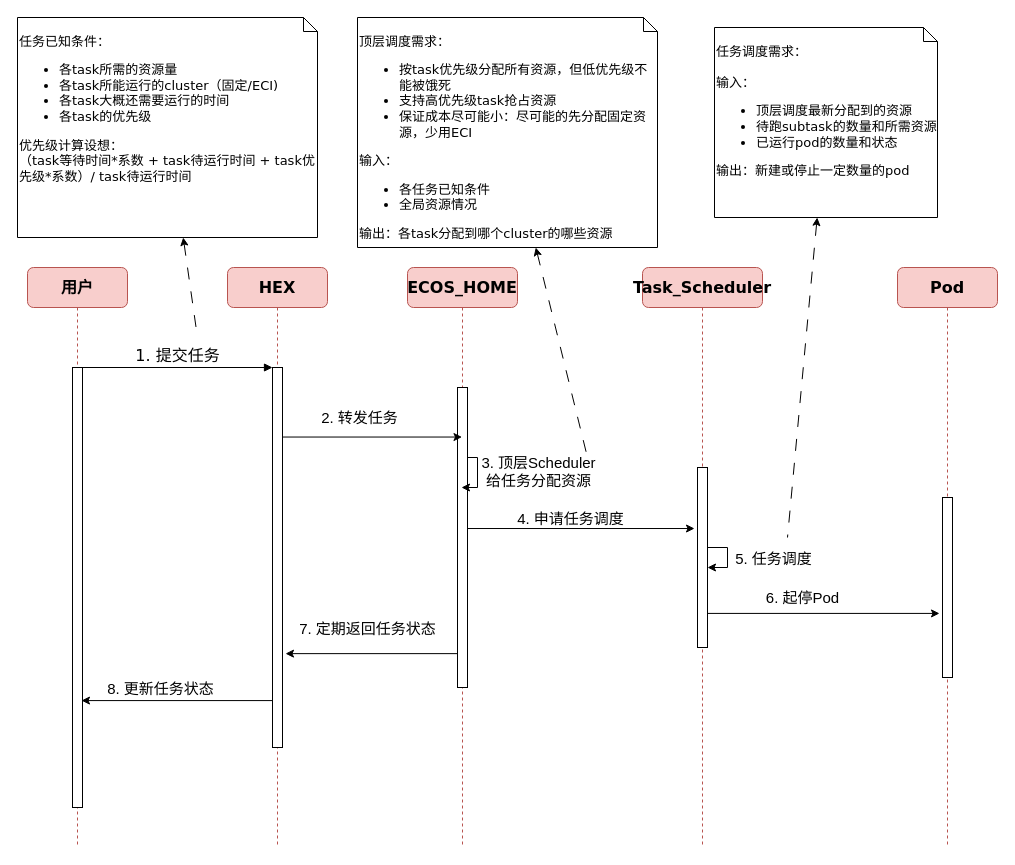
The draw.io diagram page "第 3 页" (3 of 3) of drawio/TuSimple.drawio in a244591052/Skill-Learning, before the edit. Source tidied: cells renumbered, new cells numbered last; positions are measured from the earlier drawing's top-left corner, leaving out a move shared by most shapes. Both pictures are drawn from the tidied source at 100%, with x=0, y=0 at pixel (17, 17).
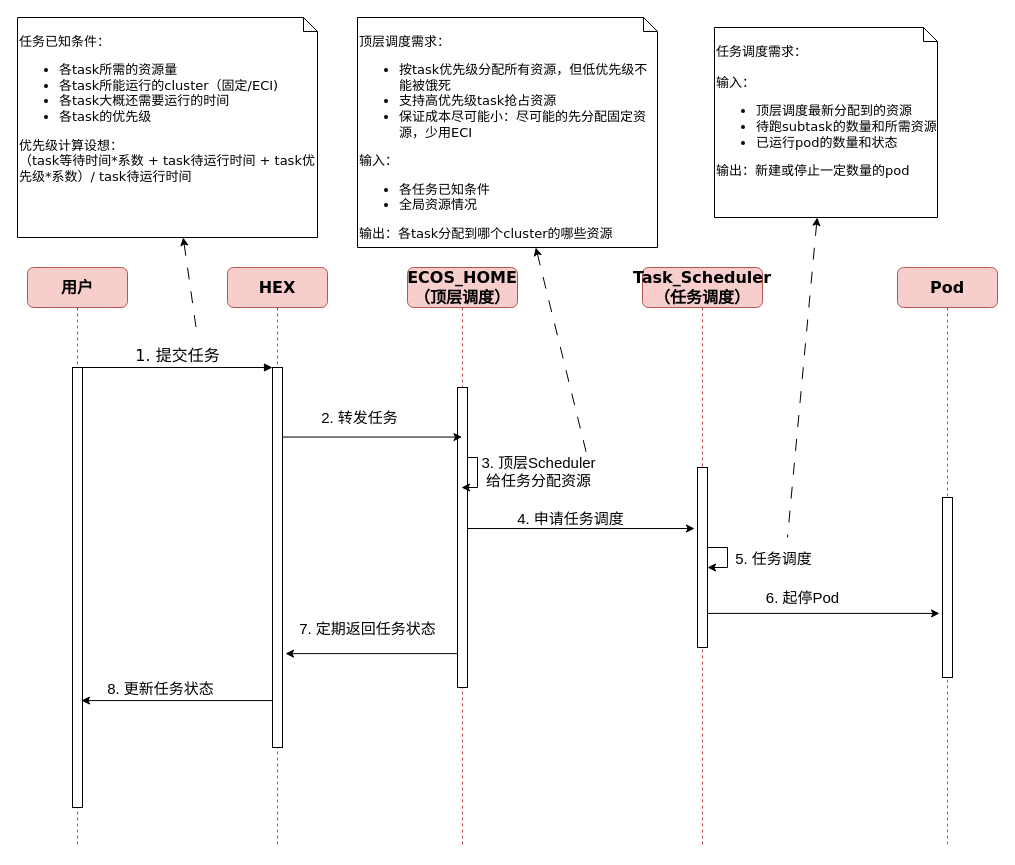
Above is the later version.

The edit, as a diff of the source:
```diff
@@
-    <mxCell id="4" value="ECOS_HOME" style="shape=umlLifeline;perimeter=lifelinePerimeter;whiteSpace=wrap;html=1;outlineConnect=0;rounded=1;shadow=0;comic=0;labelBackgroundColor=none;strokeWidth=1;fontFamily=Verdana;fontSize=16;align=center;fillColor=#f8cecc;strokeColor=#b85450;fontStyle=1;" parent="1" vertex="1">
+    <mxCell id="4" value="ECOS_HOME&lt;br&gt;（顶层调度）" style="shape=umlLifeline;perimeter=lifelinePerimeter;whiteSpace=wrap;html=1;outlineConnect=0;rounded=1;shadow=0;comic=0;labelBackgroundColor=none;strokeWidth=1;fontFamily=Verdana;fontSize=16;align=center;fillColor=#f8cecc;strokeColor=#b85450;fontStyle=1;" parent="1" vertex="1">
       <mxGeometry x="390" y="250" width="110" height="580" as="geometry" />
     </mxCell>
@@
-    <mxCell id="9" value="Task_Scheduler" style="shape=umlLifeline;perimeter=lifelinePerimeter;whiteSpace=wrap;html=1;rounded=1;shadow=0;comic=0;labelBackgroundColor=none;strokeWidth=1;fontFamily=Verdana;fontSize=16;align=center;fillColor=#f8cecc;strokeColor=#b85450;fontStyle=1;" parent="1" vertex="1">
+    <mxCell id="9" value="Task_Scheduler&lt;br&gt;（任务调度）" style="shape=umlLifeline;perimeter=lifelinePerimeter;whiteSpace=wrap;html=1;rounded=1;shadow=0;comic=0;labelBackgroundColor=none;strokeWidth=1;fontFamily=Verdana;fontSize=16;align=center;fillColor=#f8cecc;strokeColor=#b85450;fontStyle=1;" parent="1" vertex="1">
       <mxGeometry x="625" y="250" width="120" height="580" as="geometry" />
     </mxCell>
```
